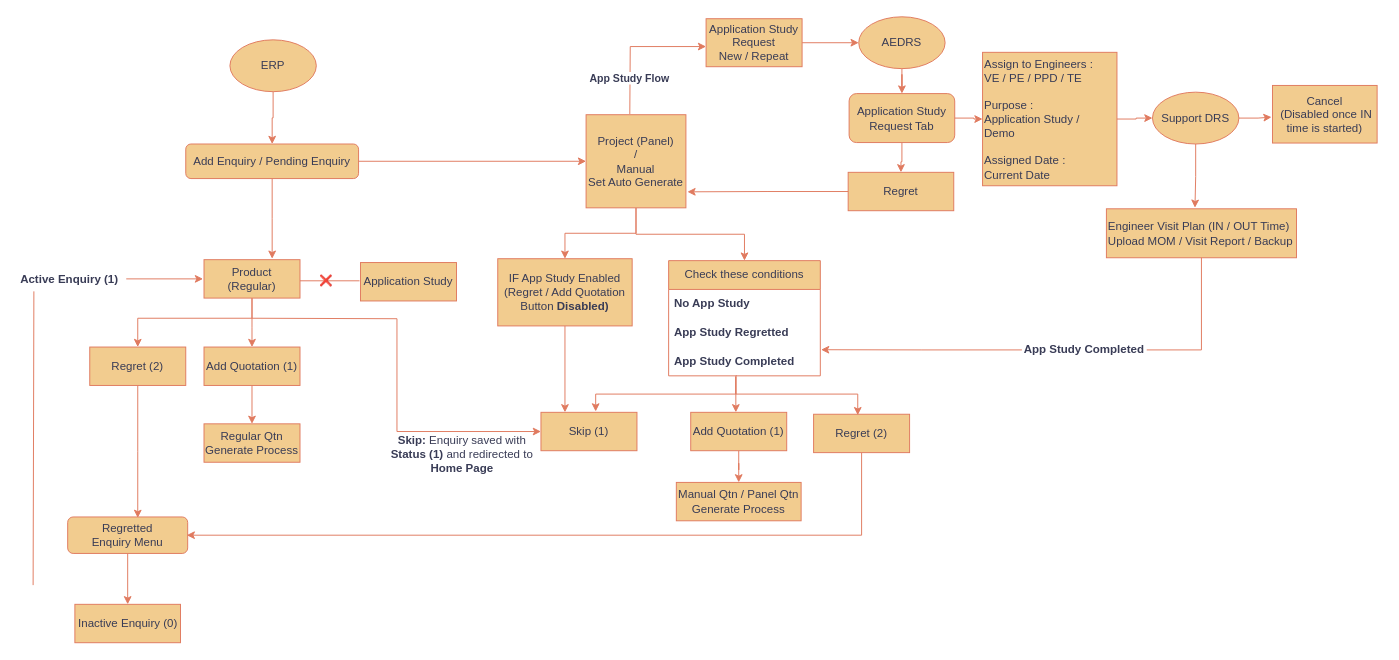
The draw.io diagram page "Add Enquiry / Pending Enquiry" (2 of 9) of ERP_FLOW.drawio in Sathyapriya30/MERN_CRUD_BACKEND, before the edit. Source tidied: cells renumbered, new cells numbered last; positions are measured from the earlier drawing's top-left corner, leaving out a move shared by most shapes. Both pictures are drawn from the tidied source at 96%, with x=0, y=0 at pixel (16, 16).
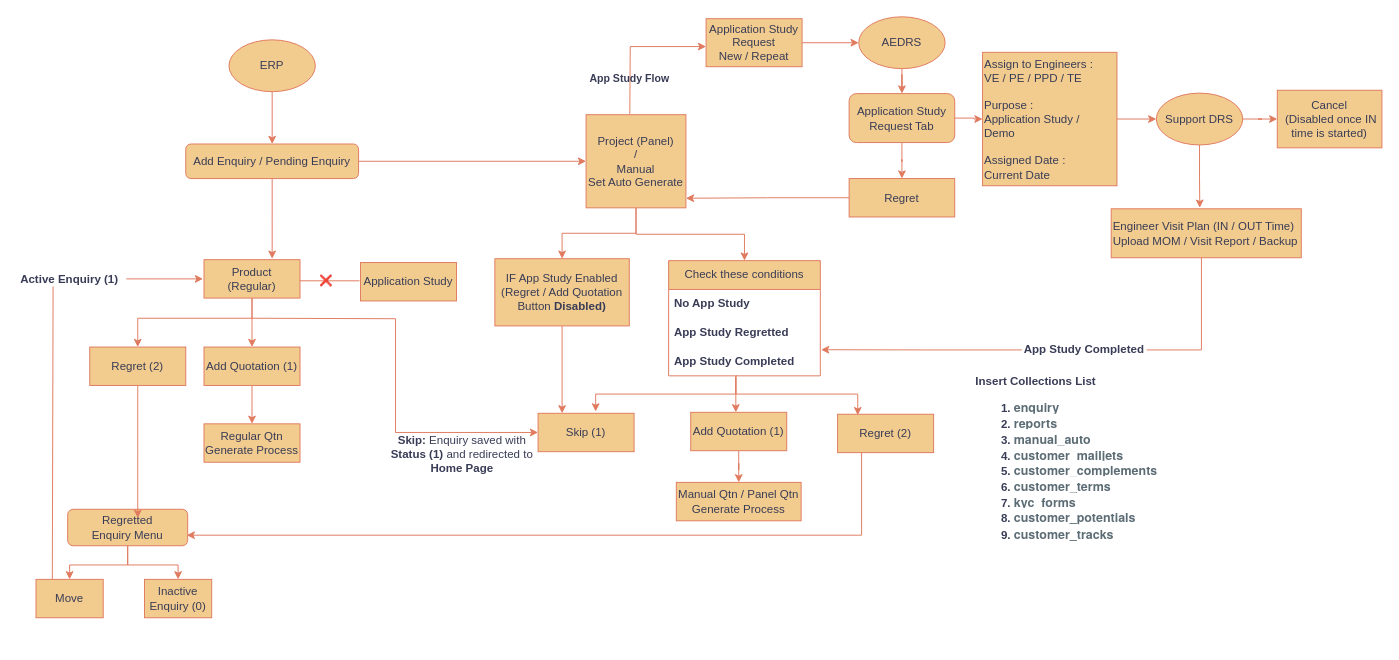
Above is the later version.

The change refers to these unchanged cells:
```xml
<mxCell id="4" value="Add Enquiry / Pending Enquiry" style="rounded=1;whiteSpace=wrap;html=1;labelBackgroundColor=none;fillColor=#F2CC8F;strokeColor=#E07A5F;fontColor=#393C56;" parent="1" vertex="1">
  <mxGeometry x="176" y="132.5" width="180" height="36" as="geometry" />
</mxCell>
<mxCell id="19" value="Regret (2)" style="rounded=0;whiteSpace=wrap;html=1;labelBackgroundColor=none;fillColor=#F2CC8F;strokeColor=#E07A5F;fontColor=#393C56;" parent="1" vertex="1">
  <mxGeometry x="76" y="344" width="100" height="40" as="geometry" />
</mxCell>
<mxCell id="24" value="Project (Panel)&lt;br&gt;/&lt;br&gt;Manual&lt;br&gt;Set Auto Generate" style="rounded=0;whiteSpace=wrap;html=1;labelBackgroundColor=none;fillColor=#F2CC8F;strokeColor=#E07A5F;fontColor=#393C56;" parent="1" vertex="1">
  <mxGeometry x="593" y="102" width="104" height="97" as="geometry" />
</mxCell>
<mxCell id="36" value="&lt;div align=&quot;left&quot;&gt;Assign to Engineers :&lt;/div&gt;&lt;div align=&quot;left&quot;&gt;VE / PE / PPD / TE&lt;br&gt;&lt;br&gt;&lt;/div&gt;&lt;div align=&quot;left&quot;&gt;Purpose :&amp;nbsp;&lt;/div&gt;&lt;div align=&quot;left&quot;&gt;Application Study&amp;nbsp;/ Demo&amp;nbsp;&lt;br&gt;&lt;br&gt;&lt;/div&gt;&lt;div align=&quot;left&quot;&gt;Assigned Date :&lt;/div&gt;&lt;div align=&quot;left&quot;&gt;Current Date&lt;/div&gt;" style="rounded=0;whiteSpace=wrap;html=1;labelBackgroundColor=none;fillColor=#F2CC8F;strokeColor=#E07A5F;fontColor=#393C56;align=left;" parent="1" vertex="1">
  <mxGeometry x="1006" y="37" width="140" height="139" as="geometry" />
</mxCell>
<mxCell id="52" value="&lt;b&gt;App Study Completed&lt;/b&gt;" style="text;strokeColor=none;fillColor=none;align=left;verticalAlign=middle;spacingLeft=4;spacingRight=4;overflow=hidden;points=[[0,0.5],[1,0.5]];portConstraint=eastwest;whiteSpace=wrap;html=1;labelBackgroundColor=none;fontColor=#393C56;" parent="49" vertex="1">
  <mxGeometry y="90" width="158" height="30" as="geometry" />
</mxCell>
```

Diff of the diagram source:
```diff
@@
     <mxCell id="11" value="Inactive Enquiry (0)" style="rounded=0;whiteSpace=wrap;html=1;labelBackgroundColor=none;fillColor=#F2CC8F;strokeColor=#E07A5F;fontColor=#393C56;" parent="1" vertex="1">
-      <mxGeometry x="60.5" y="612" width="110" height="40" as="geometry" />
+      <mxGeometry x="133" y="586" width="70" height="40" as="geometry" />
     </mxCell>
-    <mxCell id="12" style="edgeStyle=orthogonalEdgeStyle;rounded=0;jettySize=auto;html=1;entryX=0.5;entryY=0;entryDx=0;entryDy=0;strokeColor=#E07A5F;fontColor=#393C56;fillColor=#F2CC8F;" parent="1" edge="1" source="13" target="11">
+    <mxCell id="12" style="edgeStyle=orthogonalEdgeStyle;rounded=0;jettySize=auto;html=1;entryX=0.5;entryY=0;entryDx=0;entryDy=0;strokeColor=#E07A5F;fontColor=default;fillColor=#F2CC8F;labelBackgroundColor=none;" parent="1" edge="1" source="13" target="11">
       <mxGeometry relative="1" as="geometry" />
     </mxCell>
+    <mxCell id="67" style="edgeStyle=orthogonalEdgeStyle;rounded=0;jettySize=auto;html=1;entryX=0.5;entryY=0;entryDx=0;entryDy=0;labelBackgroundColor=none;strokeColor=#E07A5F;fontColor=default;" parent="1" edge="1" source="13" target="68">
+      <mxGeometry relative="1" as="geometry" />
+    </mxCell>
     <mxCell id="13" value="Regretted Enquiry&amp;nbsp;Menu" style="rounded=1;whiteSpace=wrap;html=1;labelBackgroundColor=none;fillColor=#F2CC8F;strokeColor=#E07A5F;fontColor=#393C56;" parent="1" vertex="1">
-      <mxGeometry x="53" y="521" width="125" height="38" as="geometry" />
+      <mxGeometry x="53" y="513" width="125" height="38" as="geometry" />
     </mxCell>
@@
-    <mxCell id="18" style="edgeStyle=orthogonalEdgeStyle;rounded=0;jettySize=auto;html=1;strokeColor=#E07A5F;fontColor=#393C56;fillColor=#F2CC8F;" parent="1" edge="1" source="19">
+    <mxCell id="18" style="edgeStyle=orthogonalEdgeStyle;rounded=0;jettySize=auto;html=1;strokeColor=#E07A5F;fontColor=default;fillColor=#F2CC8F;labelBackgroundColor=none;" parent="1" edge="1" source="19">
       <mxGeometry relative="1" as="geometry">
         <mxPoint x="126" y="522" as="targetPoint" />
       </mxGeometry>
     </mxCell>
@@
-    <mxCell id="25" style="edgeStyle=orthogonalEdgeStyle;rounded=0;jettySize=auto;html=1;strokeColor=#E07A5F;fontColor=#393C56;fillColor=#F2CC8F;" parent="1" edge="1" source="26">
+    <mxCell id="25" style="edgeStyle=orthogonalEdgeStyle;rounded=0;jettySize=auto;html=1;strokeColor=#E07A5F;fontColor=default;fillColor=#F2CC8F;labelBackgroundColor=none;" parent="1" edge="1" source="26">
       <mxGeometry relative="1" as="geometry">
         <mxPoint x="177" y="540" as="targetPoint" />
         <Array as="points">
           <mxPoint x="880" y="540" />
         </Array>
       </mxGeometry>
     </mxCell>
     <mxCell id="26" value="Regret (2)" style="rounded=0;whiteSpace=wrap;html=1;labelBackgroundColor=none;fillColor=#F2CC8F;strokeColor=#E07A5F;fontColor=#393C56;" parent="1" vertex="1">
-      <mxGeometry x="830" y="414" width="100" height="40" as="geometry" />
+      <mxGeometry x="855" y="414" width="100" height="40" as="geometry" />
     </mxCell>
@@
     <mxCell id="29" value="Skip (1)" style="rounded=0;whiteSpace=wrap;html=1;labelBackgroundColor=none;fillColor=#F2CC8F;strokeColor=#E07A5F;fontColor=#393C56;" parent="1" vertex="1">
-      <mxGeometry x="546" y="412" width="100" height="40" as="geometry" />
+      <mxGeometry x="543" y="413" width="100" height="40" as="geometry" />
     </mxCell>
@@
-    <mxCell id="35" style="edgeStyle=orthogonalEdgeStyle;rounded=0;jettySize=auto;html=1;entryX=0;entryY=0.5;entryDx=0;entryDy=0;strokeColor=#E07A5F;fontColor=#393C56;fillColor=#F2CC8F;" parent="1" edge="1" source="36" target="42">
+    <mxCell id="35" style="edgeStyle=orthogonalEdgeStyle;rounded=0;jettySize=auto;html=1;entryX=0;entryY=0.5;entryDx=0;entryDy=0;strokeColor=#E07A5F;fontColor=default;fillColor=#F2CC8F;labelBackgroundColor=none;" parent="1" edge="1" source="36" target="42">
       <mxGeometry relative="1" as="geometry" />
     </mxCell>
@@
-    <mxCell id="39" style="edgeStyle=orthogonalEdgeStyle;rounded=0;jettySize=auto;html=1;entryX=0.5;entryY=0;entryDx=0;entryDy=0;labelBackgroundColor=none;strokeColor=#E07A5F;fontColor=default;" parent="1" edge="1" source="40" target="4">
+    <mxCell id="39" style="edgeStyle=orthogonalEdgeStyle;rounded=0;jettySize=auto;html=1;strokeColor=#E07A5F;fontColor=#393C56;fillColor=#F2CC8F;" parent="1" edge="1" source="40" target="4">
       <mxGeometry relative="1" as="geometry" />
     </mxCell>
     <mxCell id="40" value="ERP" style="ellipse;whiteSpace=wrap;html=1;labelBackgroundColor=none;fillColor=#F2CC8F;strokeColor=#E07A5F;fontColor=#393C56;" parent="1" vertex="1">
-      <mxGeometry x="222" y="24" width="90" height="54" as="geometry" />
+      <mxGeometry x="221" y="24" width="90" height="54" as="geometry" />
     </mxCell>
-    <mxCell id="41" style="edgeStyle=orthogonalEdgeStyle;rounded=0;jettySize=auto;html=1;labelBackgroundColor=none;strokeColor=#E07A5F;fontColor=default;" parent="1" edge="1" source="42">
-      <mxGeometry relative="1" as="geometry">
-        <mxPoint x="1307" y="104.5" as="targetPoint" />
-      </mxGeometry>
+    <mxCell id="41" style="edgeStyle=orthogonalEdgeStyle;rounded=0;jettySize=auto;html=1;labelBackgroundColor=none;strokeColor=#E07A5F;fontColor=default;entryX=0;entryY=0.5;entryDx=0;entryDy=0;" parent="1" edge="1" source="42" target="43">
+      <mxGeometry relative="1" as="geometry" />
     </mxCell>
     <mxCell id="42" value="Support&amp;nbsp;DRS" style="ellipse;whiteSpace=wrap;html=1;labelBackgroundColor=none;fillColor=#F2CC8F;strokeColor=#E07A5F;fontColor=#393C56;" parent="1" vertex="1">
-      <mxGeometry x="1183" y="78.5" width="90" height="54" as="geometry" />
+      <mxGeometry x="1187" y="79.5" width="90" height="54" as="geometry" />
     </mxCell>
     <mxCell id="43" value="&lt;div&gt;Cancel&lt;/div&gt;&lt;div&gt;&amp;nbsp;(Disabled once IN time is started)&lt;/div&gt;" style="whiteSpace=wrap;html=1;labelBackgroundColor=none;fillColor=#F2CC8F;strokeColor=#E07A5F;fontColor=#393C56;" parent="1" vertex="1">
-      <mxGeometry x="1308" y="71.5" width="109" height="60" as="geometry" />
+      <mxGeometry x="1313" y="76.5" width="109" height="60" as="geometry" />
     </mxCell>
     <mxCell id="44" value="&lt;div&gt;Engineer Visit Plan (IN / OUT Time)&lt;/div&gt;&lt;div&gt;Upload MOM / Visit Report / Backup&lt;/div&gt;" style="whiteSpace=wrap;html=1;labelBackgroundColor=none;fillColor=#F2CC8F;strokeColor=#E07A5F;fontColor=#393C56;align=left;" parent="1" vertex="1">
-      <mxGeometry x="1135" y="200" width="198" height="51" as="geometry" />
+      <mxGeometry x="1140" y="200" width="198" height="51" as="geometry" />
     </mxCell>
-    <mxCell id="45" style="edgeStyle=orthogonalEdgeStyle;rounded=0;jettySize=auto;html=1;entryX=0.25;entryY=0;entryDx=0;entryDy=0;strokeColor=#E07A5F;fontColor=#393C56;fillColor=#F2CC8F;" parent="1" edge="1" source="46" target="29">
+    <mxCell id="45" style="edgeStyle=orthogonalEdgeStyle;rounded=0;jettySize=auto;html=1;entryX=0.25;entryY=0;entryDx=0;entryDy=0;strokeColor=#E07A5F;fontColor=default;fillColor=#F2CC8F;labelBackgroundColor=none;" parent="1" edge="1" source="46" target="29">
       <mxGeometry relative="1" as="geometry" />
     </mxCell>
     <mxCell id="46" value="IF App Study Enabled&lt;br&gt;(Regret / Add Quotation Button &lt;b&gt;Disabled)&lt;/b&gt;" style="rounded=0;whiteSpace=wrap;html=1;labelBackgroundColor=none;fillColor=#F2CC8F;strokeColor=#E07A5F;fontColor=#393C56;" parent="1" vertex="1">
-      <mxGeometry x="501" y="252" width="140" height="70" as="geometry" />
+      <mxGeometry x="498" y="252" width="140" height="70" as="geometry" />
     </mxCell>
@@
+    <mxCell id="56" style="edgeStyle=orthogonalEdgeStyle;rounded=0;jettySize=auto;html=1;entryX=1;entryY=0.897;entryDx=0;entryDy=0;strokeColor=#E07A5F;fontColor=#393C56;fillColor=#F2CC8F;entryPerimeter=0;" parent="1" edge="1" source="53" target="24">
+      <mxGeometry relative="1" as="geometry" />
+    </mxCell>
     <mxCell id="53" value="Regret" style="rounded=0;whiteSpace=wrap;html=1;labelBackgroundColor=none;fillColor=#F2CC8F;strokeColor=#E07A5F;fontColor=#393C56;" parent="1" vertex="1">
-      <mxGeometry x="866" y="162" width="110" height="40" as="geometry" />
+      <mxGeometry x="867" y="168.5" width="110" height="40" as="geometry" />
     </mxCell>
@@
-    <mxCell id="56" style="edgeStyle=orthogonalEdgeStyle;rounded=0;jettySize=auto;html=1;entryX=1.015;entryY=0.828;entryDx=0;entryDy=0;entryPerimeter=0;labelBackgroundColor=none;strokeColor=#E07A5F;fontColor=default;" parent="1" edge="1" source="53" target="24">
-      <mxGeometry relative="1" as="geometry" />
-    </mxCell>
@@
-    <mxCell id="58" style="endArrow=classic;html=1;rounded=0;strokeColor=#E07A5F;fontColor=#393C56;fillColor=#F2CC8F;exitX=0.438;exitY=-0.008;exitDx=0;exitDy=0;exitPerimeter=0;" parent="1" edge="1" source="24">
+    <mxCell id="58" style="endArrow=classic;html=1;rounded=0;strokeColor=#E07A5F;fontColor=default;fillColor=#F2CC8F;exitX=0.438;exitY=-0.008;exitDx=0;exitDy=0;exitPerimeter=0;labelBackgroundColor=none;" parent="1" edge="1" source="24">
       <mxGeometry relative="1" as="geometry">
         <mxPoint x="718" y="31" as="targetPoint" />
         <Array as="points">
           <mxPoint x="639" y="31" />
         </Array>
       </mxGeometry>
     </mxCell>
-    <mxCell id="59" value="&lt;b&gt;App Study Flow&lt;/b&gt;" style="edgeLabel;html=1;align=center;verticalAlign=middle;strokeColor=#E07A5F;fontColor=#393C56;fillColor=#F2CC8F;" parent="58" vertex="1">
+    <mxCell id="59" value="&lt;b&gt;App Study Flow&lt;/b&gt;" style="edgeLabel;html=1;align=center;verticalAlign=middle;strokeColor=#E07A5F;fontColor=#393C56;fillColor=#F2CC8F;labelBackgroundColor=none;" parent="58" vertex="1">
       <mxGeometry relative="1" as="geometry">
         <mxPoint x="-6" y="32" as="offset" />
       </mxGeometry>
     </mxCell>
-    <mxCell id="60" style="edgeLabel;html=1;align=left;verticalAlign=bottom;strokeColor=#E07A5F;fontColor=#393C56;fillColor=#F2CC8F;" parent="58" vertex="1">
+    <mxCell id="60" style="edgeLabel;html=1;align=left;verticalAlign=bottom;strokeColor=#E07A5F;fontColor=#393C56;fillColor=#F2CC8F;labelBackgroundColor=none;" parent="58" vertex="1">
       <mxGeometry x="-1" relative="1" as="geometry" />
     </mxCell>
-    <mxCell id="61" style="edgeLabel;html=1;align=center;verticalAlign=middle;strokeColor=#E07A5F;fontColor=#393C56;fillColor=#F2CC8F;" parent="58" vertex="1">
+    <mxCell id="61" style="edgeLabel;html=1;align=center;verticalAlign=middle;strokeColor=#E07A5F;fontColor=#393C56;fillColor=#F2CC8F;labelBackgroundColor=none;" parent="58" vertex="1">
       <mxGeometry x="-0.54" y="-1" relative="1" as="geometry" />
     </mxCell>
     <mxCell id="62" style="endArrow=none;html=1;rounded=0;labelBackgroundColor=none;strokeColor=#E07A5F;fontColor=default;endFill=0;entryX=0.57;entryY=1.014;entryDx=0;entryDy=0;entryPerimeter=0;" parent="1" edge="1">
       <mxGeometry relative="1" as="geometry">
-        <mxPoint x="17" y="592" as="sourcePoint" />
-        <mxPoint x="17.8" y="286" as="targetPoint" />
+        <mxPoint x="37" y="587" as="sourcePoint" />
+        <mxPoint x="37.8" y="281" as="targetPoint" />
       </mxGeometry>
     </mxCell>
-    <mxCell id="63" value="&lt;b&gt;Active Enquiry (1)&lt;/b&gt;" style="text;html=1;whiteSpace=wrap;strokeColor=none;fillColor=none;align=center;verticalAlign=middle;rounded=0;fontColor=#393C56;" parent="1" vertex="1">
+    <mxCell id="63" value="&lt;b&gt;Active Enquiry (1)&lt;/b&gt;" style="text;html=1;whiteSpace=wrap;strokeColor=none;fillColor=none;align=center;verticalAlign=middle;rounded=0;fontColor=#393C56;labelBackgroundColor=none;" parent="1" vertex="1">
       <mxGeometry y="262" width="110" height="24" as="geometry" />
     </mxCell>
-    <mxCell id="64" style="edgeStyle=orthogonalEdgeStyle;rounded=0;jettySize=auto;html=1;entryX=1.005;entryY=0.093;entryDx=0;entryDy=0;entryPerimeter=0;strokeColor=#E07A5F;fontColor=#393C56;fillColor=#F2CC8F;" parent="1" edge="1" source="66" target="52">
+    <mxCell id="64" style="edgeStyle=orthogonalEdgeStyle;rounded=0;jettySize=auto;html=1;entryX=1.005;entryY=0.093;entryDx=0;entryDy=0;entryPerimeter=0;strokeColor=#E07A5F;fontColor=default;fillColor=#F2CC8F;labelBackgroundColor=none;" parent="1" edge="1" source="66" target="52">
       <mxGeometry relative="1" as="geometry" />
     </mxCell>
-    <mxCell id="65" style="edgeStyle=orthogonalEdgeStyle;rounded=0;jettySize=auto;html=1;entryX=1;entryY=0.5;entryDx=0;entryDy=0;strokeColor=#E07A5F;fontColor=#393C56;fillColor=#F2CC8F;endArrow=none;endFill=0;" parent="1" edge="1" source="44" target="66">
+    <mxCell id="65" style="edgeStyle=orthogonalEdgeStyle;rounded=0;jettySize=auto;html=1;entryX=1;entryY=0.5;entryDx=0;entryDy=0;strokeColor=#E07A5F;fontColor=default;fillColor=#F2CC8F;endArrow=none;endFill=0;labelBackgroundColor=none;" parent="1" edge="1" source="44" target="66">
       <mxGeometry relative="1" as="geometry">
         <Array as="points">
           <mxPoint x="1234" y="347" />
         </Array>
       </mxGeometry>
     </mxCell>
-    <mxCell id="66" value="&lt;b&gt;App Study Completed&lt;/b&gt;" style="text;html=1;whiteSpace=wrap;strokeColor=none;fillColor=none;align=center;verticalAlign=middle;rounded=0;fontColor=#393C56;" parent="1" vertex="1">
+    <mxCell id="66" value="&lt;b&gt;App Study Completed&lt;/b&gt;" style="text;html=1;whiteSpace=wrap;strokeColor=none;fillColor=none;align=center;verticalAlign=middle;rounded=0;fontColor=#393C56;labelBackgroundColor=none;" parent="1" vertex="1">
       <mxGeometry x="1047" y="332" width="130" height="30" as="geometry" />
     </mxCell>
+    <mxCell id="68" value="Move" style="rounded=0;whiteSpace=wrap;html=1;labelBackgroundColor=none;fillColor=#F2CC8F;strokeColor=#E07A5F;fontColor=#393C56;" parent="1" vertex="1">
+      <mxGeometry x="20" y="586" width="70" height="40" as="geometry" />
+    </mxCell>
+    <mxCell id="69" value="&lt;div align=&quot;left&quot;&gt;&lt;b&gt;&lt;span&gt;Insert Collections List&lt;/span&gt;&lt;/b&gt;&lt;ol&gt;&lt;li&gt;&lt;b&gt;&lt;span style=&quot;color: rgb(92, 108, 117); font-family: &amp;quot;Euclid Circular A&amp;quot;, &amp;quot;Helvetica Neue&amp;quot;, Helvetica, Arial, sans-serif; font-size: 13px; font-style: normal; font-variant-ligatures: normal; font-variant-caps: normal; letter-spacing: normal; text-indent: 0px; text-transform: none; word-spacing: 0px; -webkit-text-stroke-width: 0px; white-space: nowrap; background-color: rgb(255, 255, 255); text-decoration-thickness: initial; text-decoration-style: initial; text-decoration-color: initial; display: inline !important; float: none;&quot;&gt;enquiry&lt;/span&gt;&lt;/b&gt;&lt;/li&gt;&lt;li&gt;&lt;b&gt;&lt;span style=&quot;color: rgb(92, 108, 117); font-family: &amp;quot;Euclid Circular A&amp;quot;, &amp;quot;Helvetica Neue&amp;quot;, Helvetica, Arial, sans-serif; font-size: 13px; font-style: normal; font-variant-ligatures: normal; font-variant-caps: normal; letter-spacing: normal; text-indent: 0px; text-transform: none; word-spacing: 0px; -webkit-text-stroke-width: 0px; white-space: nowrap; background-color: rgb(255, 255, 255); text-decoration-thickness: initial; text-decoration-style: initial; text-decoration-color: initial; display: inline !important; float: none;&quot;&gt;reports&lt;/span&gt;&lt;/b&gt;&lt;/li&gt;&lt;li&gt;&lt;b&gt;&lt;span style=&quot;color: rgb(92, 108, 117); font-family: &amp;quot;Euclid Circular A&amp;quot;, &amp;quot;Helvetica Neue&amp;quot;, Helvetica, Arial, sans-serif; font-size: 13px; font-style: normal; font-variant-ligatures: normal; font-variant-caps: normal; letter-spacing: normal; text-indent: 0px; text-transform: none; word-spacing: 0px; -webkit-text-stroke-width: 0px; white-space: nowrap; background-color: rgb(255, 255, 255); text-decoration-thickness: initial; text-decoration-style: initial; text-decoration-color: initial; display: inline !important; float: none;&quot;&gt;manual_auto&lt;/span&gt;&lt;/b&gt;&lt;/li&gt;&lt;li&gt;&lt;b&gt;&lt;span style=&quot;color: rgb(92, 108, 117); font-family: &amp;quot;Euclid Circular A&amp;quot;, &amp;quot;Helvetica Neue&amp;quot;, Helvetica, Arial, sans-serif; font-size: 13px; font-style: normal; font-variant-ligatures: normal; font-variant-caps: normal; letter-spacing: normal; text-indent: 0px; text-transform: none; word-spacing: 0px; -webkit-text-stroke-width: 0px; white-space: nowrap; background-color: rgb(255, 255, 255); text-decoration-thickness: initial; text-decoration-style: initial; text-decoration-color: initial; display: inline !important; float: none;&quot;&gt;customer_mailjets&lt;/span&gt;&lt;/b&gt;&lt;/li&gt;&lt;li&gt;&lt;b&gt;&lt;span style=&quot;color: rgb(92, 108, 117); font-family: &amp;quot;Euclid Circular A&amp;quot;, &amp;quot;Helvetica Neue&amp;quot;, Helvetica, Arial, sans-serif; font-size: 13px; font-style: normal; font-variant-ligatures: normal; font-variant-caps: normal; letter-spacing: normal; text-indent: 0px; text-transform: none; word-spacing: 0px; -webkit-text-stroke-width: 0px; white-space: nowrap; background-color: rgb(255, 255, 255); text-decoration-thickness: initial; text-decoration-style: initial; text-decoration-color: initial; display: inline !important; float: none;&quot;&gt;customer_complements&lt;/span&gt;&lt;/b&gt;&lt;/li&gt;&lt;li&gt;&lt;b&gt;&lt;span style=&quot;color: rgb(92, 108, 117); font-family: &amp;quot;Euclid Circular A&amp;quot;, &amp;quot;Helvetica Neue&amp;quot;, Helvetica, Arial, sans-serif; font-size: 13px; font-style: normal; font-variant-ligatures: normal; font-variant-caps: normal; letter-spacing: normal; text-indent: 0px; text-transform: none; word-spacing: 0px; -webkit-text-stroke-width: 0px; white-space: nowrap; background-color: rgb(255, 255, 255); text-decoration-thickness: initial; text-decoration-style: initial; text-decoration-color: initial; display: inline !important; float: none;&quot;&gt;customer_terms&lt;/span&gt;&lt;/b&gt;&lt;/li&gt;&lt;li&gt;&lt;b&gt;&lt;span style=&quot;color: rgb(92, 108, 117); font-family: &amp;quot;Euclid Circular A&amp;quot;, &amp;quot;Helvetica Neue&amp;quot;, Helvetica, Arial, sans-serif; font-size: 13px; font-style: normal; font-variant-ligatures: normal; font-variant-caps: normal; letter-spacing: normal; text-indent: 0px; text-transform: none; word-spacing: 0px; -webkit-text-stroke-width: 0px; white-space: nowrap; background-color: rgb(255, 255, 255); text-decoration-thickness: initial; text-decoration-style: initial; text-decoration-color: initial; display: inline !important; float: none;&quot;&gt;kyc_forms&lt;/span&gt;&lt;/b&gt;&lt;/li&gt;&lt;li&gt;&lt;b&gt;&lt;span style=&quot;color: rgb(92, 108, 117); font-family: &amp;quot;Euclid Circular A&amp;quot;, &amp;quot;Helvetica Neue&amp;quot;, Helvetica, Arial, sans-serif; font-size: 13px; font-style: normal; font-variant-ligatures: normal; font-variant-caps: normal; letter-spacing: normal; text-indent: 0px; text-transform: none; word-spacing: 0px; -webkit-text-stroke-width: 0px; white-space: nowrap; background-color: rgb(255, 255, 255); text-decoration-thickness: initial; text-decoration-style: initial; text-decoration-color: initial; display: inline !important; float: none;&quot;&gt;customer_potentials&lt;/span&gt;&lt;/b&gt;&lt;/li&gt;&lt;li&gt;&lt;b&gt;&lt;span style=&quot;color: rgb(92, 108, 117); font-family: &amp;quot;Euclid Circular A&amp;quot;, &amp;quot;Helvetica Neue&amp;quot;, Helvetica, Arial, sans-serif; font-size: 13px; font-style: normal; font-variant-ligatures: normal; font-variant-caps: normal; letter-spacing: normal; text-indent: 0px; text-transform: none; word-spacing: 0px; -webkit-text-stroke-width: 0px; white-space: nowrap; background-color: rgb(255, 255, 255); text-decoration-thickness: initial; text-decoration-style: initial; text-decoration-color: initial; display: inline !important; float: none;&quot;&gt;customer_tracks&lt;/span&gt;&lt;/b&gt;&lt;/li&gt;&lt;/ol&gt;&lt;/div&gt;" style="text;html=1;whiteSpace=wrap;overflow=hidden;rounded=0;labelBackgroundColor=none;fontColor=#393C56;fontStyle=1;" parent="1" vertex="1">
+      <mxGeometry x="996.5" y="366" width="231" height="180" as="geometry" />
+    </mxCell>
```
